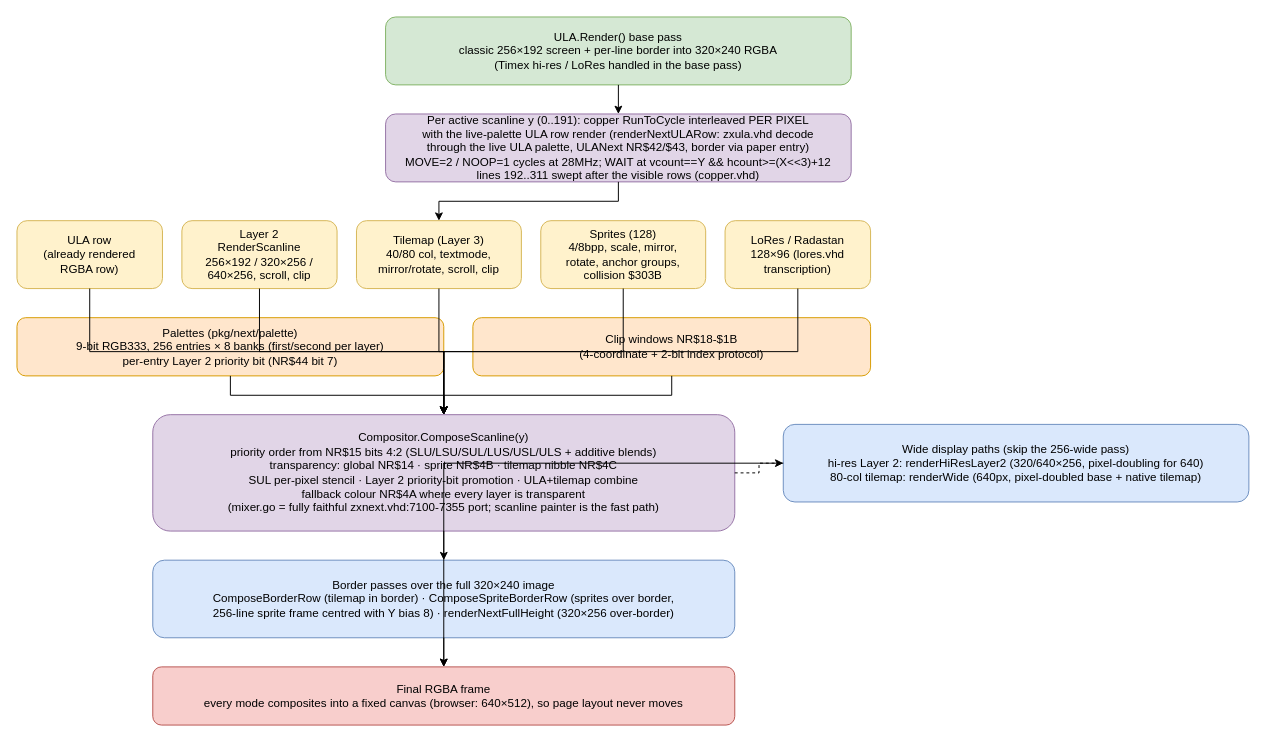
stever/zxcode keeps this draw.io diagram as packages/emulator-core/zx_go/docs/architecture/diagrams/next-video-pipeline.drawio. Above is the earlier version. Source tidied: cells renumbered, new cells numbered last; positions are measured from the earlier drawing's top-left corner, leaving out a move shared by most shapes. Both pictures are drawn from the tidied source at 97%, with x=0, y=0 at pixel (16, 16).
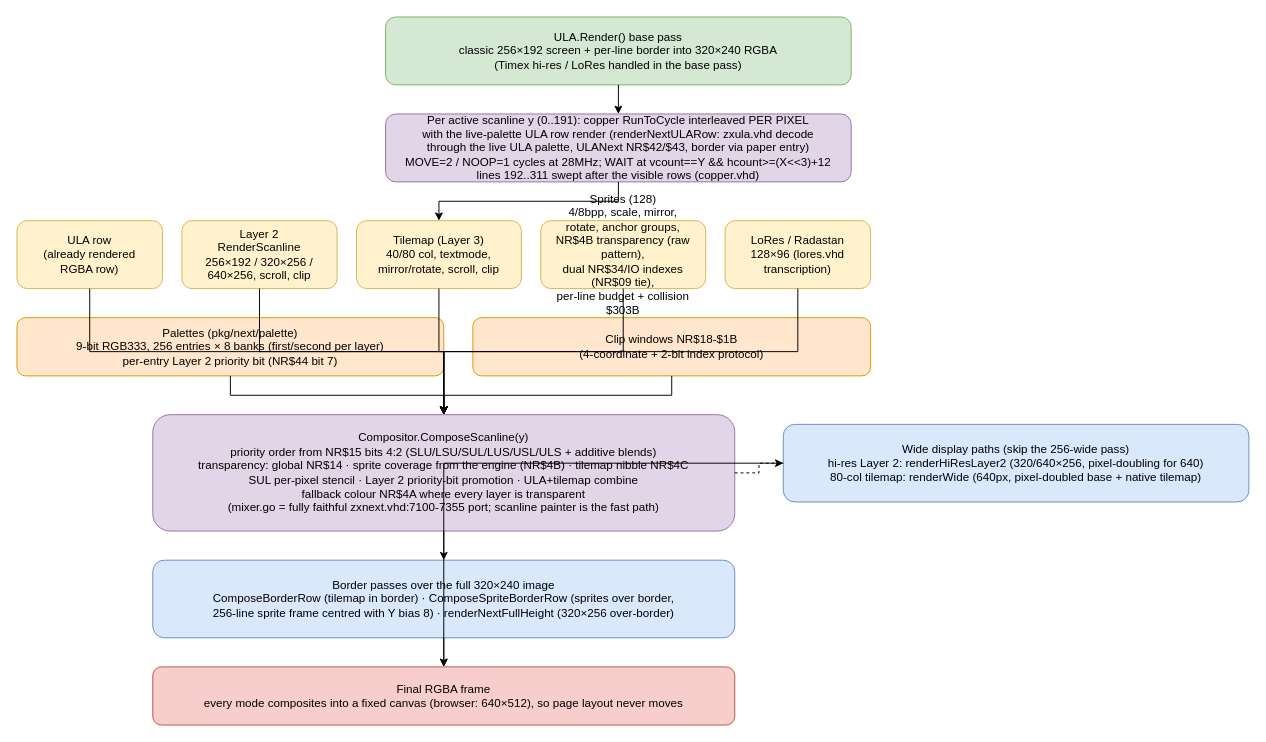
The same diagram, later.

Change to the diagram source:
```diff
@@
-    <mxCell id="7" value="Sprites (128)&#10;4/8bpp, scale, mirror,&#10;rotate, anchor groups,&#10;collision $303B" style="rounded=1;whiteSpace=wrap;html=1;fillColor=#fff2cc;strokeColor=#d6b656;" parent="1" vertex="1">
+    <mxCell id="7" value="Sprites (128)&#10;4/8bpp, scale, mirror,&#10;rotate, anchor groups,&#10;NR$4B transparency (raw pattern),&#10;dual NR$34/IO indexes (NR$09 tie),&#10;per-line budget + collision $303B" style="rounded=1;whiteSpace=wrap;html=1;fillColor=#fff2cc;strokeColor=#d6b656;" parent="1" vertex="1">
       <mxGeometry x="540" y="210" width="170" height="70" as="geometry" />
     </mxCell>
@@
-    <mxCell id="11" value="Compositor.ComposeScanline(y)&#10;priority order from NR$15 bits 4:2 (SLU/LSU/SUL/LUS/USL/ULS + additive blends)&#10;transparency: global NR$14 · sprite NR$4B · tilemap nibble NR$4C&#10;SUL per-pixel stencil · Layer 2 priority-bit promotion · ULA+tilemap combine&#10;fallback colour NR$4A where every layer is transparent&#10;(mixer.go = fully faithful zxnext.vhd:7100-7355 port; scanline painter is the fast path)" style="rounded=1;whiteSpace=wrap;html=1;fillColor=#e1d5e7;strokeColor=#9673a6;" parent="1" vertex="1">
+    <mxCell id="11" value="Compositor.ComposeScanline(y)&#10;priority order from NR$15 bits 4:2 (SLU/LSU/SUL/LUS/USL/ULS + additive blends)&#10;transparency: global NR$14 · sprite coverage from the engine (NR$4B) · tilemap nibble NR$4C&#10;SUL per-pixel stencil · Layer 2 priority-bit promotion · ULA+tilemap combine&#10;fallback colour NR$4A where every layer is transparent&#10;(mixer.go = fully faithful zxnext.vhd:7100-7355 port; scanline painter is the fast path)" style="rounded=1;whiteSpace=wrap;html=1;fillColor=#e1d5e7;strokeColor=#9673a6;" parent="1" vertex="1">
       <mxGeometry x="140" y="410" width="600" height="120" as="geometry" />
     </mxCell>
```
